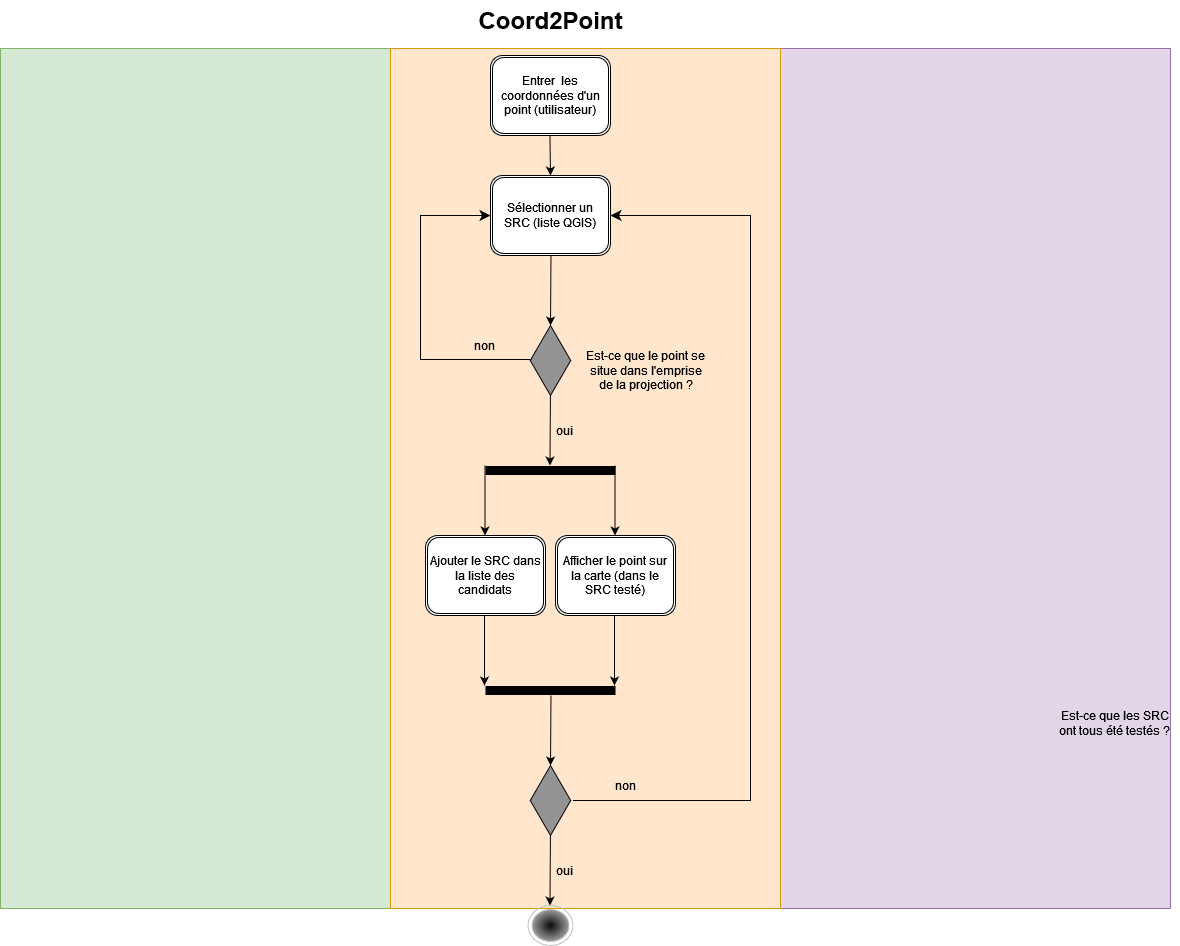
Before: diag_act_Coord2Point.png, a diagram exported from draw.io (leonielrx/ProjetInfo_DoGeo). Source tidied: cells renumbered, new cells last; positions are measured from the earlier drawing's top-left corner, leaving out a move shared by most shapes.
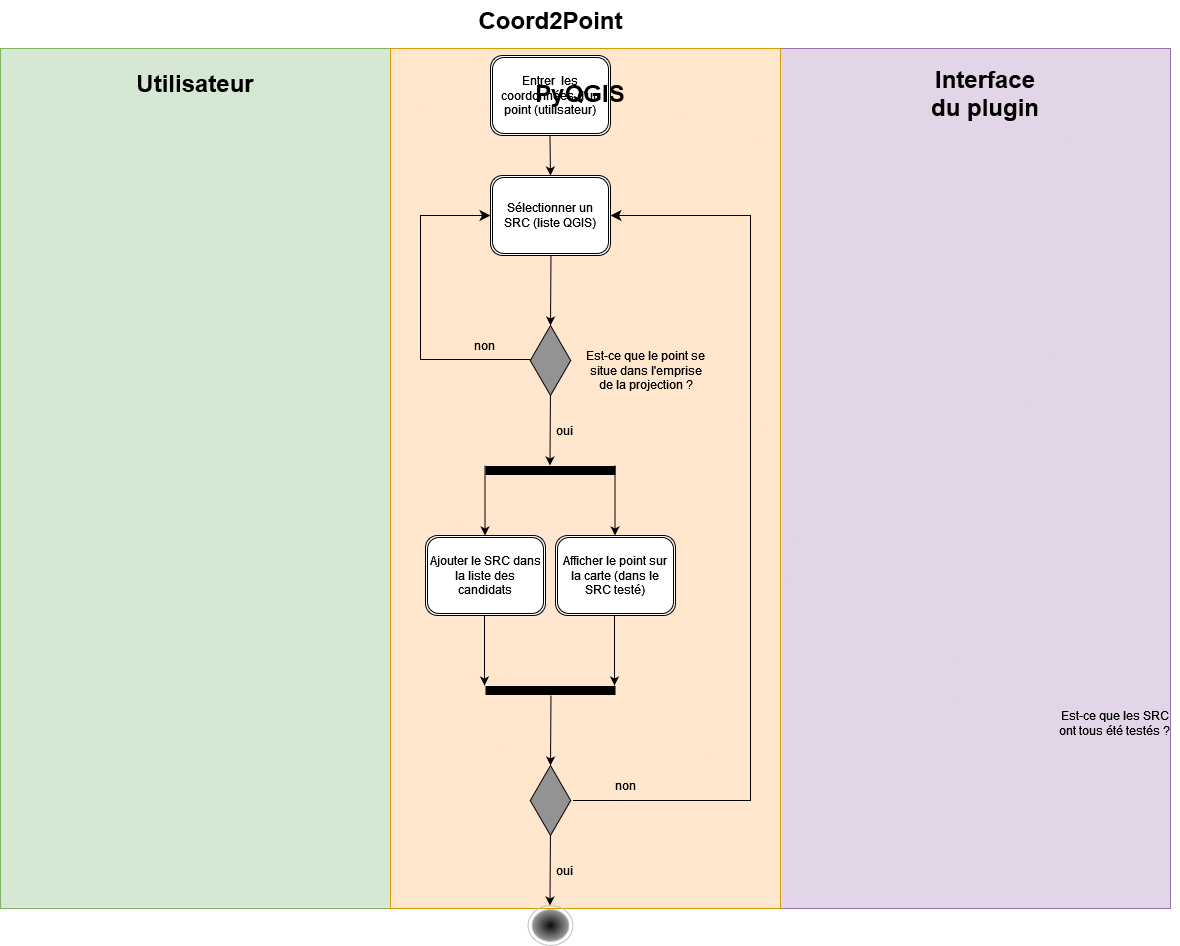
The same diagram one commit later.

Commit message:
Mettre à jour diag_act_Coord2Point.png

Change to the diagram source:
```diff
@@ -127,5 +127,14 @@
         </Array>
       </mxGeometry>
     </mxCell>
+    <mxCell id="32" value="&lt;font style=&quot;font-size: 24px;&quot;&gt;&lt;b&gt;Interface &lt;font&gt;du plugin&lt;/font&gt;&lt;/b&gt;&lt;/font&gt;" style="text;html=1;align=center;verticalAlign=middle;whiteSpace=wrap;rounded=0;" parent="1" vertex="1">
+      <mxGeometry x="920" y="78" width="130" height="30" as="geometry" />
+    </mxCell>
+    <mxCell id="33" value="&lt;font style=&quot;font-size: 24px;&quot;&gt;&lt;b&gt;&lt;font&gt;Utilisateur &lt;/font&gt;&lt;/b&gt;&lt;/font&gt;" style="text;html=1;align=center;verticalAlign=middle;whiteSpace=wrap;rounded=0;" parent="1" vertex="1">
+      <mxGeometry x="165" y="68" width="60" height="30" as="geometry" />
+    </mxCell>
+    <mxCell id="34" value="&lt;font style=&quot;font-size: 24px;&quot;&gt;&lt;b&gt;PyQGIS&lt;/b&gt;&lt;/font&gt;" style="text;html=1;align=center;verticalAlign=middle;whiteSpace=wrap;rounded=0;" parent="1" vertex="1">
+      <mxGeometry x="550" y="78" width="60" height="30" as="geometry" />
+    </mxCell>
   </root>
 </mxGraphModel>
```
